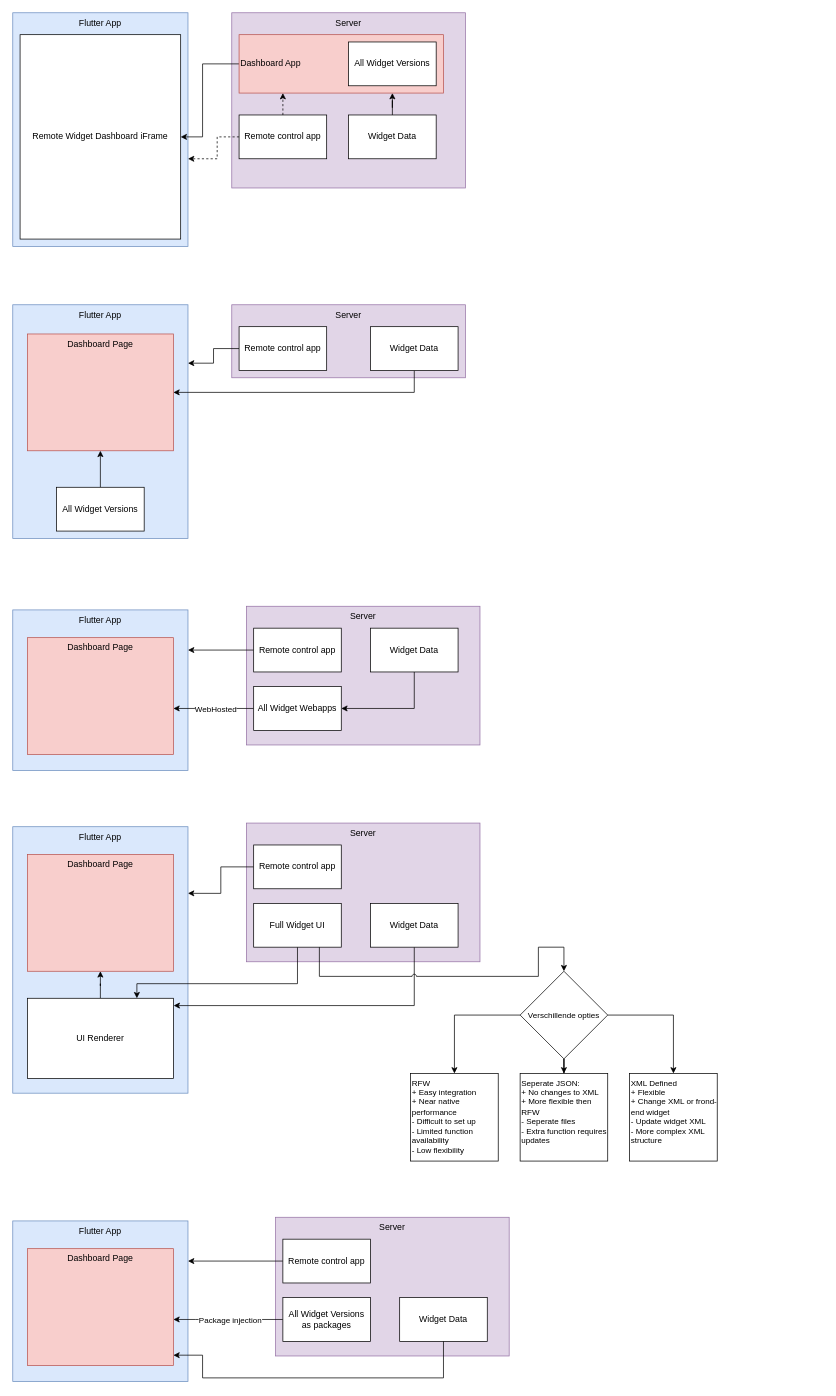
Above: Untitled Diagram.drawio in MaxDelissen/fvm_demo (draw.io), before the change. Source tidied: cells renumbered, new cells numbered last; positions are measured from the earlier drawing's top-left corner, leaving out a move shared by most shapes. Both pictures are drawn from the tidied source at 73%, with x=0, y=0 at pixel (12, 12).
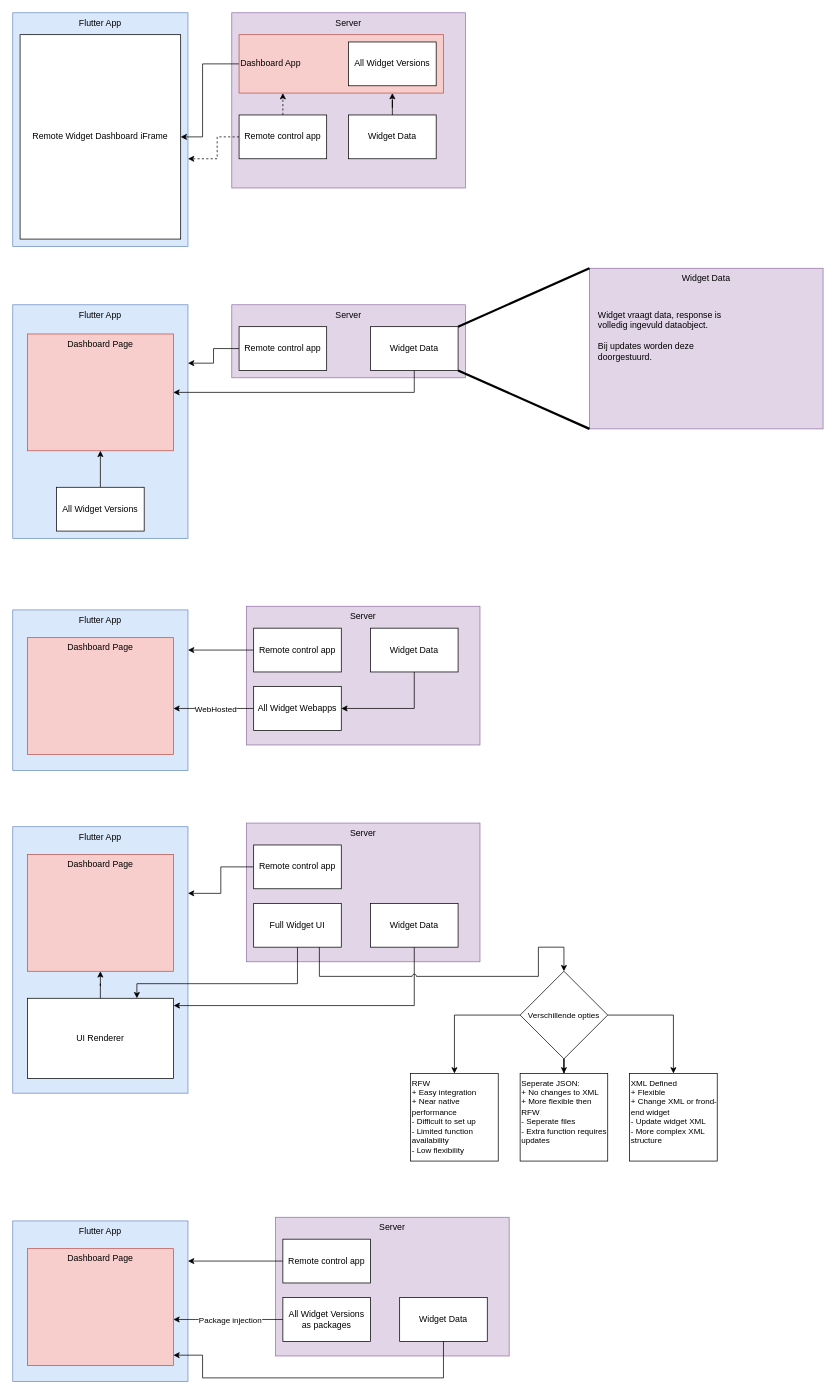
Above is the later version.

Unchanged cells that the change refers to:
```xml
<mxCell id="18" value="Widget Data" style="rounded=0;whiteSpace=wrap;html=1;" parent="1" vertex="1">
  <mxGeometry x="490" y="430" width="120" height="60" as="geometry" />
</mxCell>
```

Change to the diagram source:
```diff
@@
+    <mxCell id="61" value="Widget Data" style="rounded=0;whiteSpace=wrap;html=1;verticalAlign=top;fillColor=#e1d5e7;strokeColor=#9673a6;" parent="1" vertex="1">
+      <mxGeometry x="790" y="350" width="320" height="220" as="geometry" />
+    </mxCell>
+    <mxCell id="62" style="endArrow=none;html=1;rounded=0;entryX=0;entryY=0;entryDx=0;entryDy=0;exitX=1;exitY=0;exitDx=0;exitDy=0;strokeWidth=3;" parent="1" edge="1" source="18" target="61">
+      <mxGeometry relative="1" as="geometry" />
+    </mxCell>
+    <mxCell id="63" style="endArrow=none;html=1;rounded=0;entryX=1;entryY=1;entryDx=0;entryDy=0;exitX=0;exitY=1;exitDx=0;exitDy=0;strokeWidth=3;" parent="1" edge="1" source="61" target="18">
+      <mxGeometry relative="1" as="geometry" />
+    </mxCell>
+    <mxCell id="64" value="&lt;div&gt;Widget vraagt data, response is volledig ingevuld dataobject.&lt;/div&gt;&lt;div&gt;&lt;br&gt;&lt;/div&gt;&lt;div&gt;Bij updates worden deze doorgestuurd.&lt;/div&gt;" style="text;html=1;whiteSpace=wrap;overflow=hidden;rounded=0;" parent="1" vertex="1">
+      <mxGeometry x="800" y="400" width="180" height="120" as="geometry" />
+    </mxCell>
```
